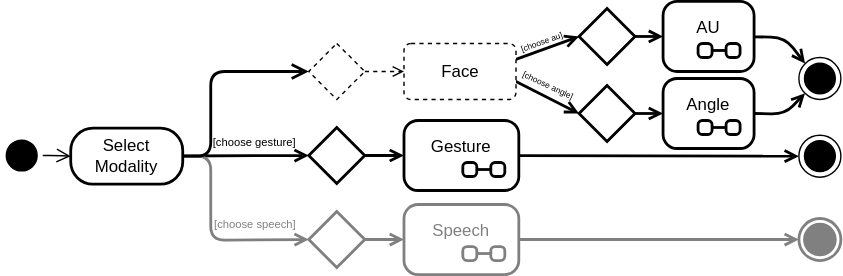
Earlier version of the draw.io export uml/statechart.drawio.svg (fedoralina/ByteBuddy). Source tidied: cells renumbered, new cells last; positions are measured from the earlier drawing's top-left corner, leaving out a move shared by most shapes.
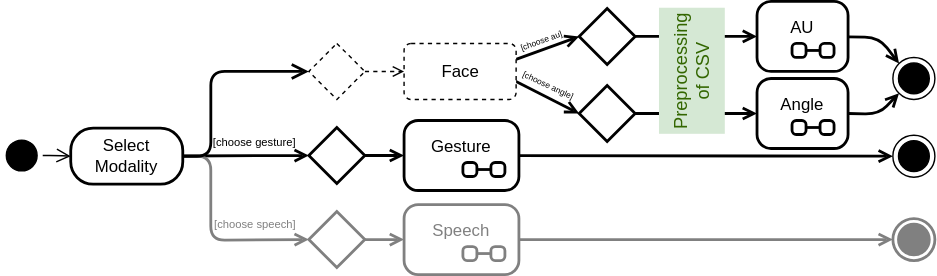
After the change.

Commit message:
refactor state chart uml

What changed in the source:
```diff
@@ -41,7 +41,7 @@
       <mxGeometry x="288" y="29.5" width="80" height="40" as="geometry" />
     </mxCell>
     <mxCell id="11" style="ellipse;html=1;shape=endState;fillColor=#000000;strokeColor=#000000;" parent="1" vertex="1">
-      <mxGeometry x="570" y="39.5" width="30" height="30" as="geometry" />
+      <mxGeometry x="637" y="39.5" width="30" height="30" as="geometry" />
     </mxCell>
     <mxCell id="12" style="edgeStyle=none;html=1;entryX=0;entryY=0.5;entryDx=0;entryDy=0;strokeColor=#000000;endArrow=open;endFill=0;dashed=1;" parent="1" edge="1" source="13" target="10">
       <mxGeometry relative="1" as="geometry" />
@@ -100,28 +100,37 @@
     <mxCell id="30" style="edgeStyle=none;html=1;entryX=0;entryY=0;entryDx=0;entryDy=0;strokeColor=#000000;fontSize=8;endArrow=open;endFill=0;strokeWidth=2;" parent="1" edge="1" source="31" target="11">
       <mxGeometry relative="1" as="geometry">
         <Array as="points">
-          <mxPoint x="560" y="25" />
+          <mxPoint x="627" y="25" />
         </Array>
       </mxGeometry>
     </mxCell>
     <mxCell id="31" value="AU" style="shape=umlState;rounded=1;verticalAlign=top;spacingTop=5;umlStateSymbol=collapseState;absoluteArcSize=1;arcSize=10;strokeColor=#000000;fontSize=12;fillColor=#FFFFFF;strokeWidth=2;" parent="1" vertex="1">
-      <mxGeometry x="473" y="-0.5" width="65" height="50" as="geometry" />
+      <mxGeometry x="540" y="-0.5" width="65" height="50" as="geometry" />
     </mxCell>
     <mxCell id="32" value="Angle" style="shape=umlState;rounded=1;verticalAlign=top;spacingTop=5;umlStateSymbol=collapseState;absoluteArcSize=1;arcSize=10;strokeColor=#000000;fontSize=12;fillColor=#FFFFFF;strokeWidth=2;" parent="1" vertex="1">
-      <mxGeometry x="473" y="54.5" width="65" height="50" as="geometry" />
+      <mxGeometry x="540" y="54.5" width="65" height="50" as="geometry" />
     </mxCell>
     <mxCell id="33" style="edgeStyle=none;html=1;entryX=0;entryY=1;entryDx=0;entryDy=0;strokeColor=#000000;fontSize=8;endArrow=open;endFill=0;exitX=1;exitY=0.5;exitDx=0;exitDy=0;strokeWidth=2;" parent="1" edge="1" source="32" target="11">
       <mxGeometry relative="1" as="geometry">
         <Array as="points">
-          <mxPoint x="560" y="80" />
+          <mxPoint x="627" y="80" />
         </Array>
       </mxGeometry>
     </mxCell>
     <mxCell id="34" style="ellipse;html=1;shape=endState;fillColor=#000000;strokeColor=#000000;" parent="1" vertex="1">
-      <mxGeometry x="570" y="95" width="30" height="30" as="geometry" />
+      <mxGeometry x="637" y="95" width="30" height="30" as="geometry" />
     </mxCell>
     <mxCell id="35" style="ellipse;html=1;shape=endState;fillColor=#808080;strokeColor=#808080;strokeWidth=2;" parent="1" vertex="1">
-      <mxGeometry x="570" y="154.5" width="30" height="30" as="geometry" />
+      <mxGeometry x="637" y="154.5" width="30" height="30" as="geometry" />
     </mxCell>
+    <mxCell id="36" style="group;" parent="1" vertex="1">
+      <mxGeometry x="470" y="4" width="47" height="90" as="geometry" />
+    </mxCell>
+    <mxCell id="37" style="rounded=0;whiteSpace=wrap;html=1;fillColor=#d5e8d4;strokeColor=none;" parent="36" vertex="1">
+      <mxGeometry width="47" height="90" as="geometry" />
+    </mxCell>
+    <mxCell id="38" value="&lt;font color=&quot;#336600&quot; style=&quot;font-size: 13px;&quot;&gt;Preprocessing of CSV&lt;/font&gt;" style="text;html=1;strokeColor=none;fillColor=none;align=center;verticalAlign=middle;whiteSpace=wrap;rounded=0;rotation=-90;" parent="36" vertex="1">
+      <mxGeometry x="-17.6" y="33.8" width="82.2" height="22.5" as="geometry" />
+    </mxCell>
   </root>
 </mxGraphModel>
```
